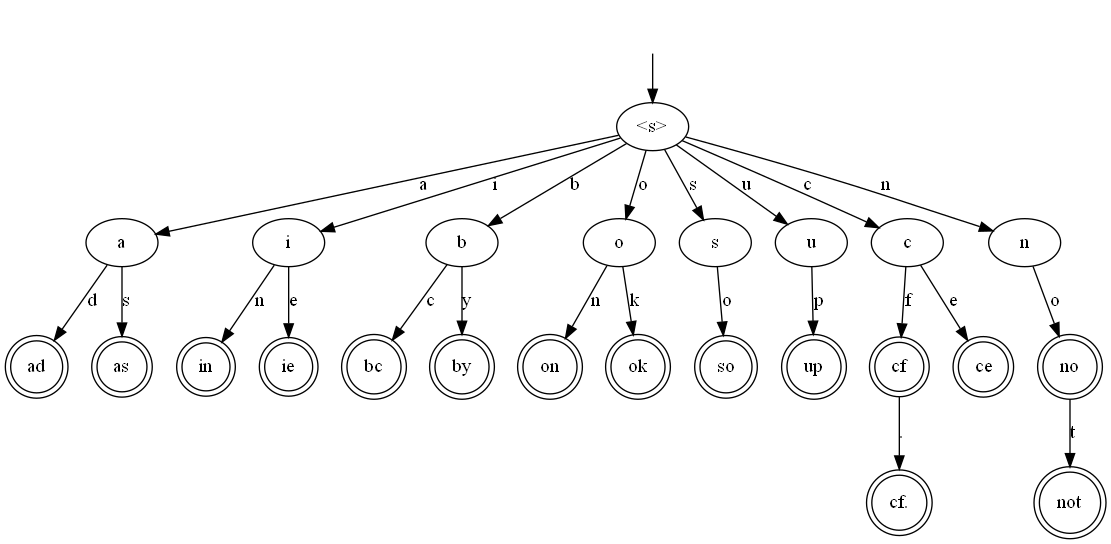
Night9Knight/CPT443-Assn1-L6 keeps this Graphviz diagram as dfaDot-Output/DFA.gv.png. Above is the earlier version. Its source is kept beside it as dfaDot-Output/DFA.gv.
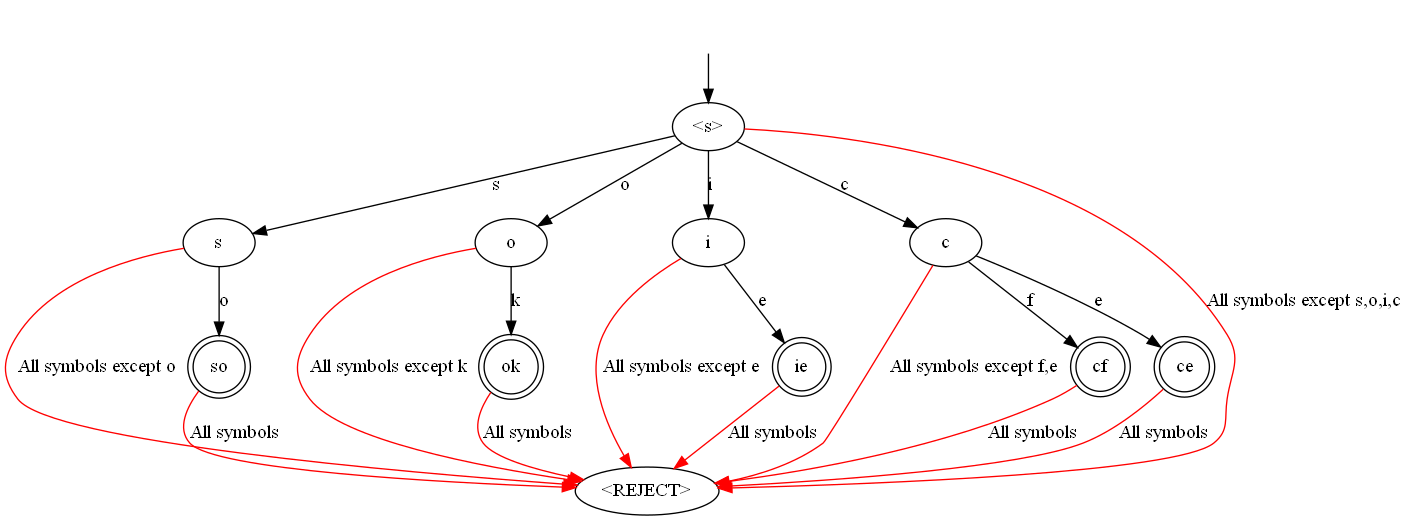
The same diagram one commit later.

Commit message:
Added sink state in diagram drawing

Change to the diagram source:
```diff
@@ -2,42 +2,28 @@
 	fake [style=invis]
 	fake -> "<s>"
 	"<s>" [root=true]
-	"<s>" -> a [label=a]
+	"<s>" -> s [label=s]
+	"<s>" -> o [label=o]
 	"<s>" -> i [label=i]
-	"<s>" -> b [label=b]
-	"<s>" -> o [label=o]
-	"<s>" -> s [label=s]
-	"<s>" -> u [label=u]
 	"<s>" -> c [label=c]
-	"<s>" -> n [label=n]
-	a -> ad [label=d]
-	a -> as [label=s]
-	ad [shape=doublecircle]
-	i -> in [label=n]
+	"<s>" -> "<REJECT>" [label="All symbols except s,o,i,c" color=red]
+	s -> so [label=o]
+	s -> "<REJECT>" [label="All symbols except o" color=red]
+	so [shape=doublecircle]
+	so -> "<REJECT>" [label="All symbols" color=red]
+	o -> ok [label=k]
+	o -> "<REJECT>" [label="All symbols except k" color=red]
+	ok [shape=doublecircle]
+	ok -> "<REJECT>" [label="All symbols" color=red]
 	i -> ie [label=e]
-	in [shape=doublecircle]
-	b -> bc [label=c]
-	b -> by [label=y]
-	bc [shape=doublecircle]
-	o -> on [label=n]
-	o -> ok [label=k]
-	on [shape=doublecircle]
-	s -> so [label=o]
-	so [shape=doublecircle]
-	by [shape=doublecircle]
-	u -> up [label=p]
-	up [shape=doublecircle]
+	i -> "<REJECT>" [label="All symbols except e" color=red]
+	ie [shape=doublecircle]
+	ie -> "<REJECT>" [label="All symbols" color=red]
 	c -> cf [label=f]
 	c -> ce [label=e]
+	c -> "<REJECT>" [label="All symbols except f,e" color=red]
 	cf [shape=doublecircle]
-	cf -> "cf." [label="."]
-	n -> no [label=o]
-	no [shape=doublecircle]
-	no -> not [label=t]
+	cf -> "<REJECT>" [label="All symbols" color=red]
 	ce [shape=doublecircle]
-	as [shape=doublecircle]
-	ie [shape=doublecircle]
-	ok [shape=doublecircle]
-	not [shape=doublecircle]
-	"cf." [shape=doublecircle]
+	ce -> "<REJECT>" [label="All symbols" color=red]
 }
```
